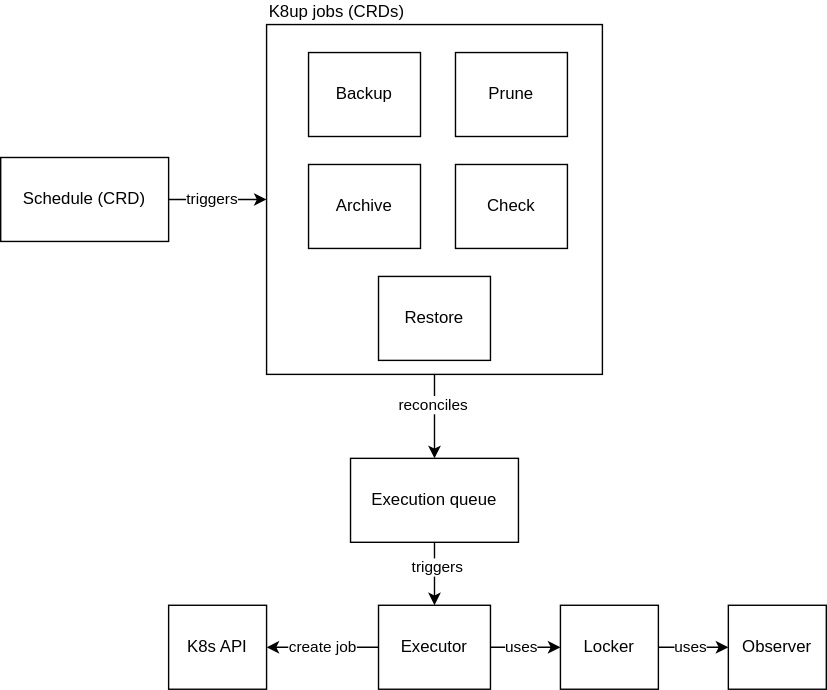
Above: docs/modules/ROOT/assets/images/architecture.drawio.svg in k8up-io/k8up (draw.io), before the change. Source tidied: cells renumbered, new cells last; positions are measured from the earlier drawing's top-left corner, leaving out a move shared by most shapes.
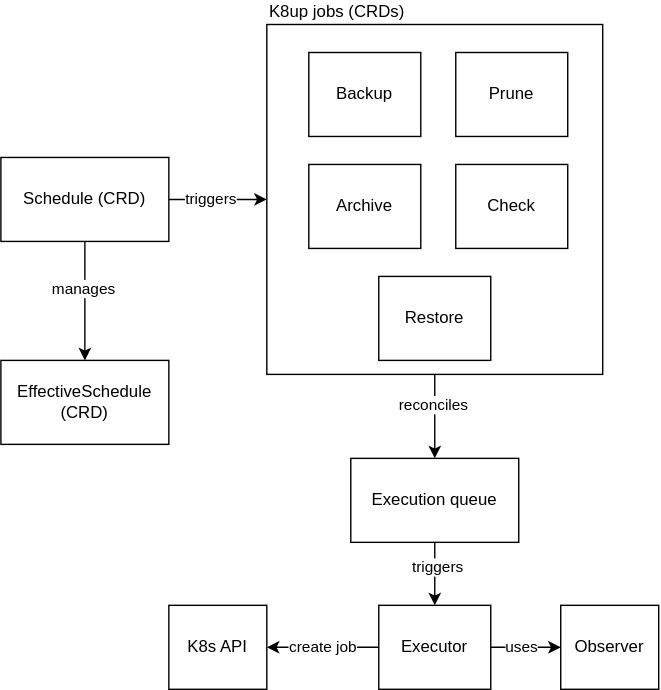
The same diagram one commit later.

Change to the diagram source:
```diff
@@ -10,6 +10,12 @@
         <mxPoint x="4.2" y="-1" as="offset" />
       </mxGeometry>
     </mxCell>
+    <mxCell id="26" style="edgeStyle=orthogonalEdgeStyle;rounded=0;jettySize=auto;html=1;exitX=0.5;exitY=1;exitDx=0;exitDy=0;entryX=0.5;entryY=0;entryDx=0;entryDy=0;" parent="1" edge="1" source="4" target="28">
+      <mxGeometry relative="1" as="geometry" />
+    </mxCell>
+    <mxCell id="27" value="manages" style="edgeLabel;html=1;align=center;verticalAlign=middle;" parent="26" vertex="1">
+      <mxGeometry x="-0.22" y="-1" relative="1" as="geometry" />
+    </mxCell>
     <mxCell id="4" value="Schedule (CRD)" style="rounded=0;whiteSpace=wrap;html=1;" parent="1" vertex="1">
       <mxGeometry y="95" width="120" height="60" as="geometry" />
     </mxCell>
@@ -46,7 +52,7 @@
     <mxCell id="15" value="Execution queue" style="rounded=0;whiteSpace=wrap;html=1;align=center;" parent="1" vertex="1">
       <mxGeometry x="250" y="310" width="120" height="60" as="geometry" />
     </mxCell>
-    <mxCell id="16" style="edgeStyle=orthogonalEdgeStyle;rounded=0;jettySize=auto;html=1;" parent="1" edge="1" source="20" target="23">
+    <mxCell id="16" style="edgeStyle=orthogonalEdgeStyle;rounded=0;jettySize=auto;html=1;entryX=0;entryY=0.5;entryDx=0;entryDy=0;" parent="1" edge="1" source="20" target="24">
       <mxGeometry relative="1" as="geometry" />
     </mxCell>
     <mxCell id="17" value="uses" style="edgeLabel;html=1;align=center;verticalAlign=middle;" parent="16" vertex="1">
@@ -65,22 +71,14 @@
     <mxCell id="20" value="Executor" style="rounded=0;whiteSpace=wrap;html=1;align=center;" parent="1" vertex="1">
       <mxGeometry x="270" y="415" width="80" height="60" as="geometry" />
     </mxCell>
-    <mxCell id="21" style="edgeStyle=orthogonalEdgeStyle;rounded=0;jettySize=auto;html=1;" parent="1" edge="1" source="23" target="24">
-      <mxGeometry relative="1" as="geometry" />
-    </mxCell>
-    <mxCell id="22" value="uses" style="edgeLabel;html=1;align=center;verticalAlign=middle;" parent="21" vertex="1">
-      <mxGeometry x="0.2" y="-3" relative="1" as="geometry">
-        <mxPoint x="-7.5" y="-3" as="offset" />
-      </mxGeometry>
-    </mxCell>
-    <mxCell id="23" value="Locker" style="rounded=0;whiteSpace=wrap;html=1;align=center;" parent="1" vertex="1">
-      <mxGeometry x="400" y="415" width="70" height="60" as="geometry" />
-    </mxCell>
     <mxCell id="24" value="Observer" style="rounded=0;whiteSpace=wrap;html=1;align=center;" parent="1" vertex="1">
-      <mxGeometry x="520" y="415" width="70" height="60" as="geometry" />
+      <mxGeometry x="400" y="415" width="70" height="60" as="geometry" />
     </mxCell>
     <mxCell id="25" value="K8s API" style="rounded=0;whiteSpace=wrap;html=1;align=center;" parent="1" vertex="1">
       <mxGeometry x="120" y="415" width="70" height="60" as="geometry" />
     </mxCell>
+    <mxCell id="28" value="EffectiveSchedule (CRD)" style="rounded=0;whiteSpace=wrap;html=1;" parent="1" vertex="1">
+      <mxGeometry y="240" width="120" height="60" as="geometry" />
+    </mxCell>
   </root>
 </mxGraphModel>
```
